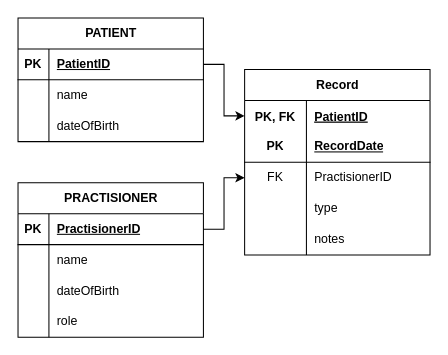
This is doc/EntityRelationshipDiagram.drawio from marciehenderson/electronic-health, a draw.io file, before an edit. Source tidied: cells renumbered, new cells numbered last; positions are measured from the earlier drawing's top-left corner, leaving out a move shared by most shapes. Both pictures are drawn from the tidied source at 103%, with x=0, y=0 at pixel (18, 18).
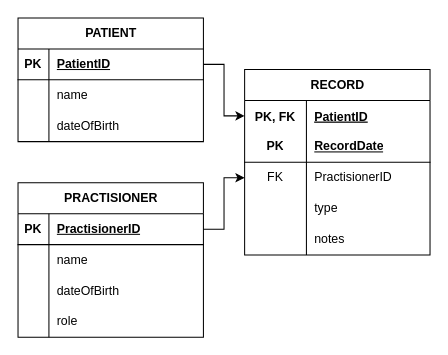
After the change.

The edit, as a diff of the source:
```diff
@@
-    <mxCell id="25" value="Record" style="shape=table;startSize=30;childLayout=tableLayout;rowLines=0;fontStyle=1;align=center;html=1;" parent="1" vertex="1">
+    <mxCell id="25" value="RECORD" style="shape=table;startSize=30;childLayout=tableLayout;rowLines=0;fontStyle=1;align=center;html=1;" parent="1" vertex="1">
       <mxGeometry x="220" y="50" width="180" height="180" as="geometry" />
     </mxCell>
```
